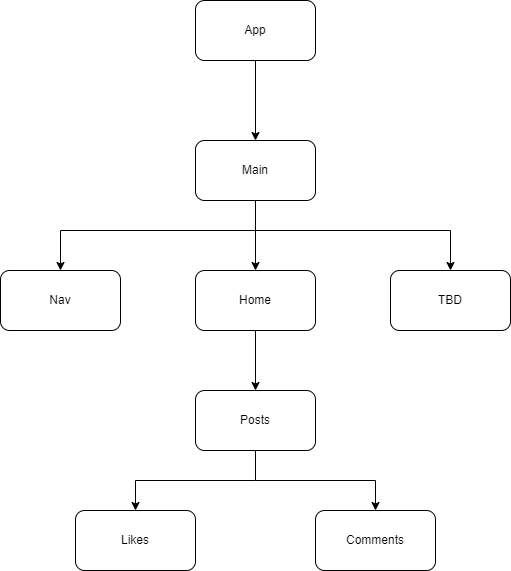
This is project3.drawio.png from jslempa/messaging-app, a draw.io export, as it was before one commit. Source tidied: cells renumbered, new cells last; positions are measured from the earlier drawing's top-left corner, leaving out a move shared by most shapes. The source it was exported from:
```xml
<mxGraphModel>
  <root>
    <mxCell id="0" />
    <mxCell id="1" parent="0" />
    <mxCell id="2" value="App" style="rounded=1;whiteSpace=wrap;html=1;" parent="1" vertex="1">
      <mxGeometry x="195" width="120" height="60" as="geometry" />
    </mxCell>
    <mxCell id="3" value="Nav" style="rounded=1;whiteSpace=wrap;html=1;" parent="1" vertex="1">
      <mxGeometry y="270" width="120" height="60" as="geometry" />
    </mxCell>
    <mxCell id="4" value="Main" style="rounded=1;whiteSpace=wrap;html=1;" parent="1" vertex="1">
      <mxGeometry x="195" y="140" width="120" height="60" as="geometry" />
    </mxCell>
    <mxCell id="5" style="endArrow=classic;html=1;rounded=0;" parent="1" edge="1">
      <mxGeometry relative="1" as="geometry">
        <mxPoint x="255" y="60" as="sourcePoint" />
        <mxPoint x="255" y="140" as="targetPoint" />
      </mxGeometry>
    </mxCell>
    <mxCell id="6" value="Posts" style="rounded=1;whiteSpace=wrap;html=1;" parent="1" vertex="1">
      <mxGeometry x="195" y="390" width="120" height="60" as="geometry" />
    </mxCell>
    <mxCell id="7" style="endArrow=classic;html=1;rounded=0;entryX=0.5;entryY=0;entryDx=0;entryDy=0;" parent="1" edge="1" target="6">
      <mxGeometry relative="1" as="geometry">
        <mxPoint x="255" y="330" as="sourcePoint" />
      </mxGeometry>
    </mxCell>
    <mxCell id="8" value="Home" style="rounded=1;whiteSpace=wrap;html=1;" parent="1" vertex="1">
      <mxGeometry x="195" y="270" width="120" height="60" as="geometry" />
    </mxCell>
    <mxCell id="9" style="endArrow=classic;html=1;rounded=0;" parent="1" edge="1">
      <mxGeometry relative="1" as="geometry">
        <mxPoint x="255" y="200" as="sourcePoint" />
        <mxPoint x="255" y="270" as="targetPoint" />
      </mxGeometry>
    </mxCell>
    <mxCell id="10" style="endArrow=classic;html=1;rounded=0;entryX=0.5;entryY=0;entryDx=0;entryDy=0;" parent="1" edge="1" target="3">
      <mxGeometry relative="1" as="geometry">
        <mxPoint x="255" y="230" as="sourcePoint" />
        <Array as="points">
          <mxPoint x="60" y="230" />
        </Array>
      </mxGeometry>
    </mxCell>
    <mxCell id="11" value="TBD" style="rounded=1;whiteSpace=wrap;html=1;" parent="1" vertex="1">
      <mxGeometry x="390" y="270" width="120" height="60" as="geometry" />
    </mxCell>
    <mxCell id="12" style="endArrow=classic;html=1;rounded=0;entryX=0.5;entryY=0;entryDx=0;entryDy=0;" parent="1" edge="1" target="11">
      <mxGeometry relative="1" as="geometry">
        <mxPoint x="250" y="230" as="sourcePoint" />
        <Array as="points">
          <mxPoint x="450" y="230" />
        </Array>
      </mxGeometry>
    </mxCell>
    <mxCell id="13" value="Likes" style="rounded=1;whiteSpace=wrap;html=1;" parent="1" vertex="1">
      <mxGeometry x="75" y="510" width="120" height="60" as="geometry" />
    </mxCell>
    <mxCell id="14" value="Comments" style="rounded=1;whiteSpace=wrap;html=1;" parent="1" vertex="1">
      <mxGeometry x="315" y="510" width="120" height="60" as="geometry" />
    </mxCell>
    <mxCell id="15" style="endArrow=classic;html=1;rounded=0;entryX=0.5;entryY=0;entryDx=0;entryDy=0;" parent="1" edge="1" target="13">
      <mxGeometry relative="1" as="geometry">
        <mxPoint x="255" y="480" as="sourcePoint" />
        <Array as="points">
          <mxPoint x="135" y="480" />
        </Array>
      </mxGeometry>
    </mxCell>
    <mxCell id="16" style="endArrow=classic;html=1;rounded=0;entryX=0.5;entryY=0;entryDx=0;entryDy=0;exitX=0.5;exitY=1;exitDx=0;exitDy=0;" parent="1" edge="1" source="6" target="14">
      <mxGeometry relative="1" as="geometry">
        <Array as="points">
          <mxPoint x="255" y="480" />
          <mxPoint x="375" y="480" />
        </Array>
      </mxGeometry>
    </mxCell>
  </root>
</mxGraphModel>
```
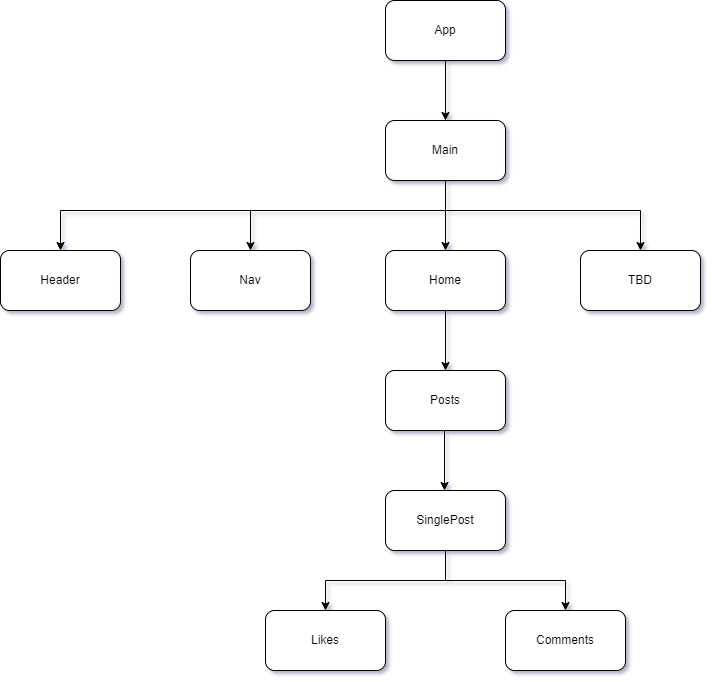
The same diagram one commit later.

Diff of the diagram source:
```diff
@@ -3,7 +3,7 @@
     <mxCell id="0" />
     <mxCell id="1" parent="0" />
     <mxCell id="2" value="App" style="rounded=1;whiteSpace=wrap;html=1;" parent="1" vertex="1">
-      <mxGeometry x="195" width="120" height="60" as="geometry" />
+      <mxGeometry x="195" y="20" width="120" height="60" as="geometry" />
     </mxCell>
     <mxCell id="3" value="Nav" style="rounded=1;whiteSpace=wrap;html=1;" parent="1" vertex="1">
       <mxGeometry y="270" width="120" height="60" as="geometry" />
@@ -11,9 +11,8 @@
     <mxCell id="4" value="Main" style="rounded=1;whiteSpace=wrap;html=1;" parent="1" vertex="1">
       <mxGeometry x="195" y="140" width="120" height="60" as="geometry" />
     </mxCell>
-    <mxCell id="5" style="endArrow=classic;html=1;rounded=0;" parent="1" edge="1">
+    <mxCell id="5" style="endArrow=classic;html=1;rounded=0;exitX=0.5;exitY=1;exitDx=0;exitDy=0;" parent="1" edge="1" source="2">
       <mxGeometry relative="1" as="geometry">
-        <mxPoint x="255" y="60" as="sourcePoint" />
         <mxPoint x="255" y="140" as="targetPoint" />
       </mxGeometry>
     </mxCell>
@@ -54,26 +53,46 @@
       </mxGeometry>
     </mxCell>
     <mxCell id="13" value="Likes" style="rounded=1;whiteSpace=wrap;html=1;" parent="1" vertex="1">
-      <mxGeometry x="75" y="510" width="120" height="60" as="geometry" />
+      <mxGeometry x="75" y="630" width="120" height="60" as="geometry" />
     </mxCell>
     <mxCell id="14" value="Comments" style="rounded=1;whiteSpace=wrap;html=1;" parent="1" vertex="1">
-      <mxGeometry x="315" y="510" width="120" height="60" as="geometry" />
+      <mxGeometry x="315" y="630" width="120" height="60" as="geometry" />
     </mxCell>
     <mxCell id="15" style="endArrow=classic;html=1;rounded=0;entryX=0.5;entryY=0;entryDx=0;entryDy=0;" parent="1" edge="1" target="13">
       <mxGeometry relative="1" as="geometry">
-        <mxPoint x="255" y="480" as="sourcePoint" />
+        <mxPoint x="260" y="600" as="sourcePoint" />
         <Array as="points">
-          <mxPoint x="135" y="480" />
+          <mxPoint x="135" y="600" />
         </Array>
       </mxGeometry>
     </mxCell>
-    <mxCell id="16" style="endArrow=classic;html=1;rounded=0;entryX=0.5;entryY=0;entryDx=0;entryDy=0;exitX=0.5;exitY=1;exitDx=0;exitDy=0;" parent="1" edge="1" source="6" target="14">
+    <mxCell id="16" style="endArrow=classic;html=1;rounded=0;entryX=0.5;entryY=0;entryDx=0;entryDy=0;exitX=0.5;exitY=1;exitDx=0;exitDy=0;" parent="1" edge="1" source="19" target="14">
       <mxGeometry relative="1" as="geometry">
         <Array as="points">
-          <mxPoint x="255" y="480" />
-          <mxPoint x="375" y="480" />
+          <mxPoint x="255" y="600" />
+          <mxPoint x="375" y="600" />
         </Array>
       </mxGeometry>
     </mxCell>
+    <mxCell id="17" value="Header" style="rounded=1;whiteSpace=wrap;html=1;" parent="1" vertex="1">
+      <mxGeometry x="-190" y="270" width="120" height="60" as="geometry" />
+    </mxCell>
+    <mxCell id="18" style="endArrow=classic;html=1;rounded=0;entryX=0.5;entryY=0;entryDx=0;entryDy=0;" parent="1" edge="1" target="17">
+      <mxGeometry relative="1" as="geometry">
+        <mxPoint x="60" y="230" as="sourcePoint" />
+        <Array as="points">
+          <mxPoint x="-130" y="230" />
+        </Array>
+      </mxGeometry>
+    </mxCell>
+    <mxCell id="19" value="SinglePost" style="rounded=1;whiteSpace=wrap;html=1;" parent="1" vertex="1">
+      <mxGeometry x="195" y="510" width="120" height="60" as="geometry" />
+    </mxCell>
+    <mxCell id="20" style="endArrow=classic;html=1;rounded=0;entryX=0.5;entryY=0;entryDx=0;entryDy=0;" parent="1" edge="1">
+      <mxGeometry relative="1" as="geometry">
+        <mxPoint x="254" y="450" as="sourcePoint" />
+        <mxPoint x="254" y="510" as="targetPoint" />
+      </mxGeometry>
+    </mxCell>
   </root>
 </mxGraphModel>
```
